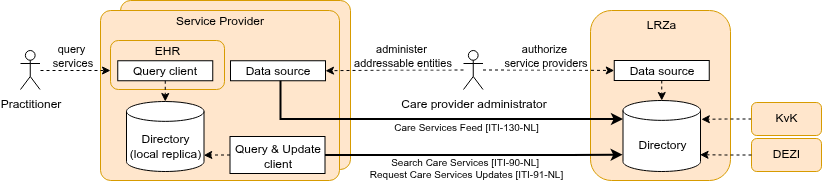
Before: input/images/careservices-overview-transactions.png, a diagram exported from draw.io (minvws/generiekefuncties-docs). Source tidied: cells renumbered, new cells last; positions are measured from the earlier drawing's top-left corner, leaving out a move shared by most shapes.
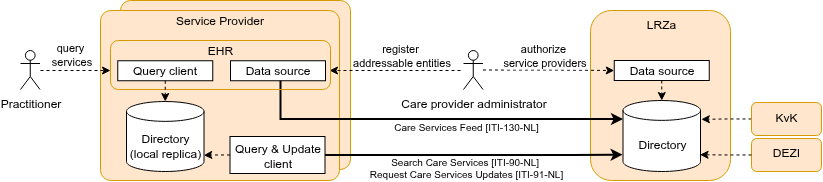
The same file after the commit.

Change to the diagram source:
```diff
@@ -64,10 +64,13 @@
         <mxPoint x="15" y="-17" as="offset" />
       </mxGeometry>
     </mxCell>
-    <mxCell id="19" style="edgeStyle=orthogonalEdgeStyle;rounded=0;jettySize=auto;html=1;entryX=1;entryY=0.5;entryDx=0;entryDy=0;dashed=1;" parent="1" edge="1" source="21" target="13">
-      <mxGeometry relative="1" as="geometry" />
+    <mxCell id="19" style="edgeStyle=orthogonalEdgeStyle;rounded=0;orthogonalLoop=1;jettySize=auto;html=1;dashed=1;" parent="1" edge="1">
+      <mxGeometry relative="1" as="geometry">
+        <mxPoint x="440" y="70" as="sourcePoint" />
+        <mxPoint x="309" y="70" as="targetPoint" />
+      </mxGeometry>
     </mxCell>
-    <mxCell id="20" value="administer&amp;nbsp;&lt;div&gt;addressable entities&lt;/div&gt;" style="edgeLabel;html=1;align=center;verticalAlign=middle;" parent="19" vertex="1">
+    <mxCell id="20" value="register&amp;nbsp;&lt;div&gt;addressable entities&lt;/div&gt;" style="edgeLabel;html=1;align=center;verticalAlign=middle;" parent="19" vertex="1">
       <mxGeometry x="-0.22" relative="1" as="geometry">
         <mxPoint x="-8" y="-15" as="offset" />
       </mxGeometry>
@@ -79,7 +82,7 @@
       <mxGeometry y="50" width="19.5" height="39" as="geometry" />
     </mxCell>
     <mxCell id="23" value="EHR" style="rounded=1;whiteSpace=wrap;html=1;verticalAlign=top;align=center;fillColor=none;strokeColor=#d79b00;horizontal=1;arcSize=16;spacingTop=-4;" parent="1" vertex="1">
-      <mxGeometry x="90" y="40" width="114" height="49" as="geometry" />
+      <mxGeometry x="90" y="40" width="220" height="49" as="geometry" />
     </mxCell>
     <mxCell id="24" style="edgeStyle=orthogonalEdgeStyle;rounded=0;orthogonalLoop=1;jettySize=auto;html=1;dashed=1;" parent="1" edge="1">
       <mxGeometry relative="1" as="geometry">
```
